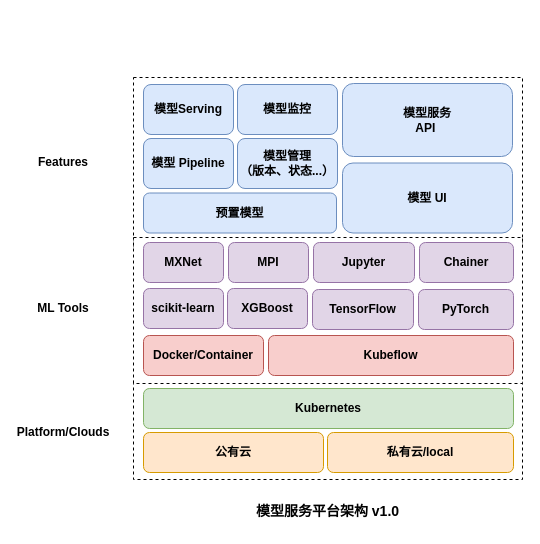
Max-yuki/share keeps this draw.io diagram as ev-warning-platform.drawio. Above is the earlier version. Source tidied: cells renumbered, new cells numbered last; positions are measured from the earlier drawing's top-left corner, leaving out a move shared by most shapes. Both pictures are drawn from the tidied source at 100%, with x=0, y=0 at pixel (33, 77).
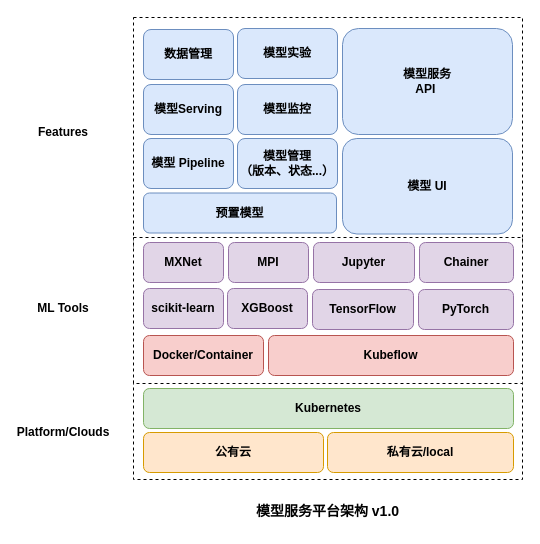
After the change.

Diff of the diagram source:
```diff
@@
     <mxCell id="2" style="rounded=0;whiteSpace=wrap;html=1;dashed=1;fontStyle=1;gradientColor=#ffffff;gradientDirection=east;" parent="1" vertex="1">
-      <mxGeometry x="100" width="389" height="170" as="geometry" />
+      <mxGeometry x="100" y="-60" width="389" height="230" as="geometry" />
     </mxCell>
@@
     <mxCell id="18" value="模型服务 &lt;br&gt;API&amp;nbsp;" style="rounded=1;whiteSpace=wrap;html=1;fillColor=#dae8fc;strokeColor=#6c8ebf;fontStyle=1;" parent="1" vertex="1">
-      <mxGeometry x="309" y="6" width="170" height="73" as="geometry" />
+      <mxGeometry x="309" y="-49" width="170" height="106" as="geometry" />
     </mxCell>
@@
     <mxCell id="23" value="模型 UI" style="rounded=1;whiteSpace=wrap;html=1;fillColor=#dae8fc;strokeColor=#6c8ebf;fontStyle=1;" parent="1" vertex="1">
-      <mxGeometry x="309" y="85.5" width="170" height="70" as="geometry" />
+      <mxGeometry x="309" y="61" width="170" height="95.5" as="geometry" />
     </mxCell>
@@
     <mxCell id="26" value="Features" style="text;html=1;strokeColor=none;fillColor=none;align=center;verticalAlign=middle;whiteSpace=wrap;rounded=0;fontStyle=1;" parent="1" vertex="1">
-      <mxGeometry y="70" width="60" height="30" as="geometry" />
+      <mxGeometry y="40" width="60" height="30" as="geometry" />
     </mxCell>
@@
+    <mxCell id="29" value="数据管理" style="rounded=1;whiteSpace=wrap;html=1;fillColor=#dae8fc;strokeColor=#6c8ebf;fontStyle=1;" parent="1" vertex="1">
+      <mxGeometry x="110" y="-48" width="90" height="50" as="geometry" />
+    </mxCell>
+    <mxCell id="30" value="模型实验" style="rounded=1;whiteSpace=wrap;html=1;fillColor=#dae8fc;strokeColor=#6c8ebf;fontStyle=1;" parent="1" vertex="1">
+      <mxGeometry x="204" y="-49" width="100" height="50" as="geometry" />
+    </mxCell>
```
